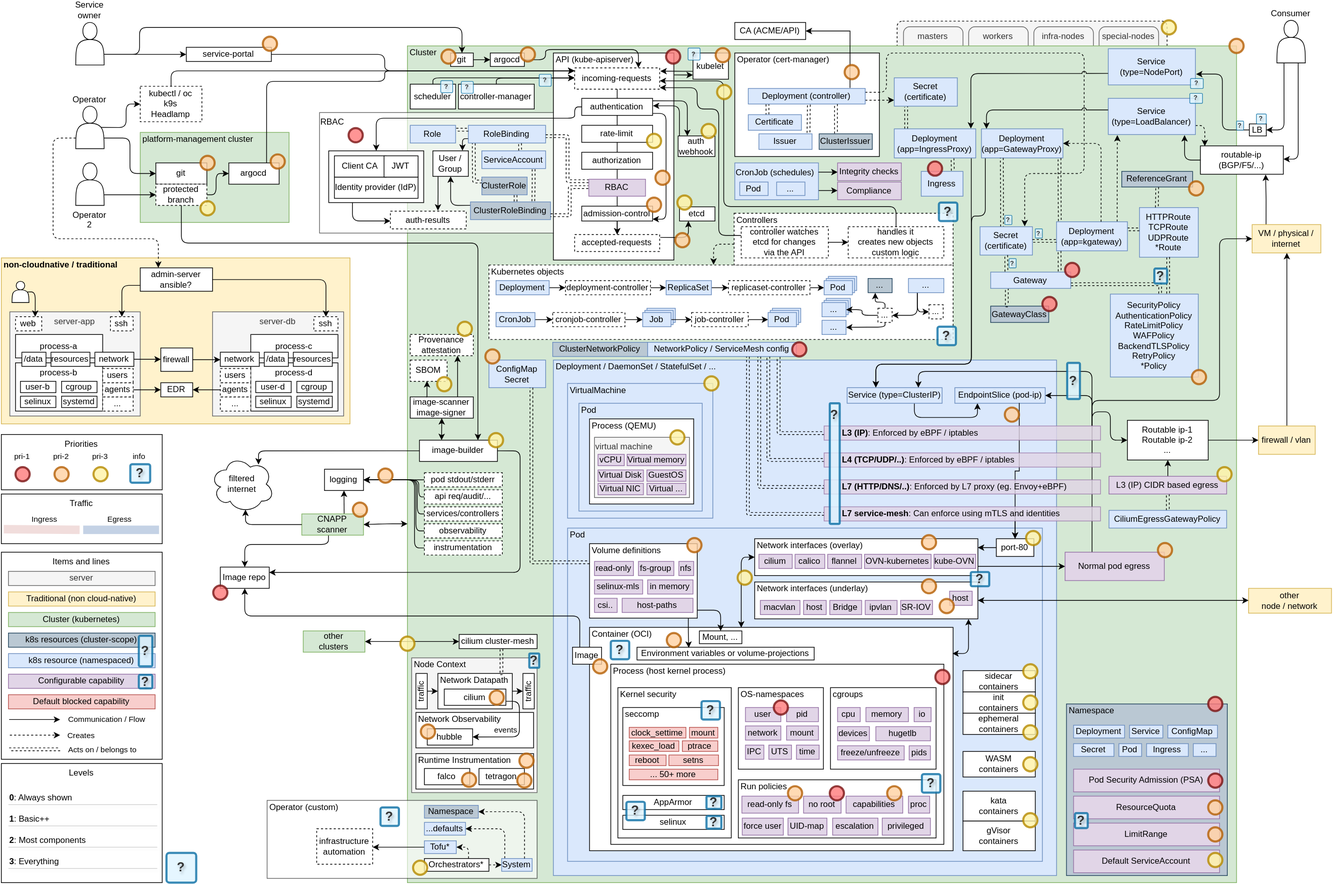
kubesec-diagram/kubesec-diagram.github.io keeps this draw.io diagram as kubesec-diagram.drawio.svg. Above is the earlier version. Source tidied: cells renumbered, new cells last; positions are measured from the earlier drawing's top-left corner, leaving out a move shared by most shapes.
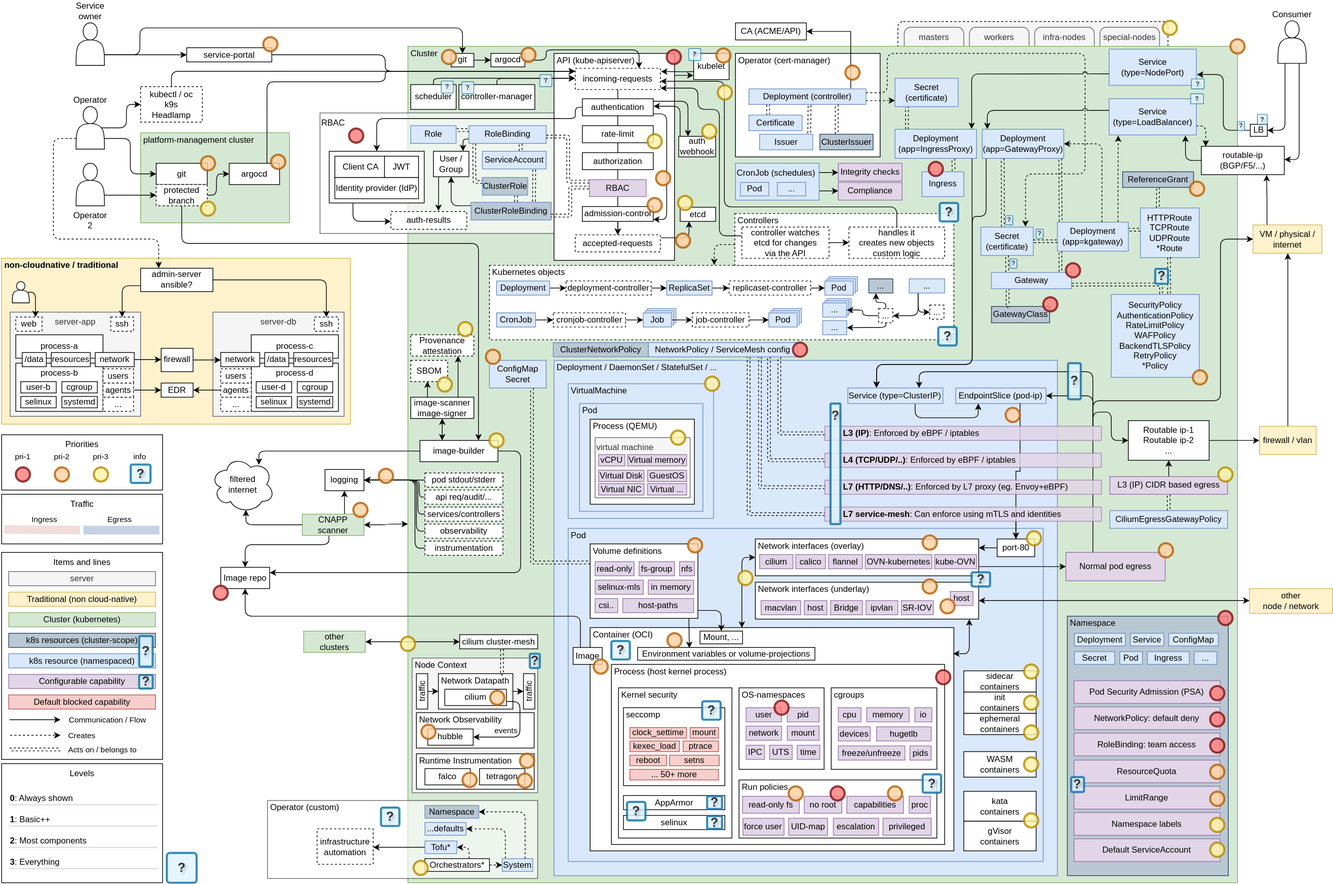
The same diagram one commit later.

The edit, as a diff of the source:
```diff
@@ -539,22 +539,22 @@
       <mxGeometry relative="1" as="geometry" />
     </mxCell>
     <mxCell id="155" value="Namespace" style="rounded=0;whiteSpace=wrap;html=1;strokeWidth=1;fillColor=#BAC8D3;strokeColor=#23445d;align=left;verticalAlign=top;spacing=0;spacingLeft=4;spacingTop=-2;" parent="1" vertex="1">
-      <mxGeometry x="1503" y="964" width="227" height="242" as="geometry" />
+      <mxGeometry x="1503" y="840" width="227" height="366" as="geometry" />
     </mxCell>
     <mxCell id="156" value="Secret" style="rounded=0;whiteSpace=wrap;html=1;strokeWidth=1;fillColor=#dae8fc;strokeColor=#6c8ebf;" parent="1" vertex="1">
-      <mxGeometry x="1513" y="1020" width="57" height="18" as="geometry" />
+      <mxGeometry x="1513" y="890" width="57" height="18" as="geometry" />
     </mxCell>
     <mxCell id="157" value="ConfigMap" style="rounded=0;whiteSpace=wrap;html=1;strokeWidth=1;fillColor=#dae8fc;strokeColor=#6c8ebf;" parent="1" vertex="1">
-      <mxGeometry x="1646" y="994" width="70" height="18" as="geometry" />
+      <mxGeometry x="1646" y="864" width="70" height="18" as="geometry" />
     </mxCell>
     <mxCell id="158" value="Deployment" style="rounded=0;whiteSpace=wrap;html=1;strokeWidth=1;fillColor=#dae8fc;strokeColor=#6c8ebf;" parent="1" vertex="1">
-      <mxGeometry x="1513" y="994" width="72" height="18" as="geometry" />
+      <mxGeometry x="1513" y="864" width="72" height="18" as="geometry" />
     </mxCell>
     <mxCell id="159" value="Service" style="rounded=0;whiteSpace=wrap;html=1;strokeWidth=1;fillColor=#dae8fc;strokeColor=#6c8ebf;" parent="1" vertex="1">
-      <mxGeometry x="1592" y="994" width="47" height="18" as="geometry" />
+      <mxGeometry x="1592" y="864" width="47" height="18" as="geometry" />
     </mxCell>
     <mxCell id="160" value="..." style="rounded=0;whiteSpace=wrap;html=1;strokeWidth=1;fillColor=#dae8fc;strokeColor=#6c8ebf;" parent="1" vertex="1">
-      <mxGeometry x="1682" y="1020" width="32" height="18" as="geometry" />
+      <mxGeometry x="1682" y="890" width="32" height="18" as="geometry" />
     </mxCell>
     <mxCell id="161" value="ClusterNetworkPolicy" style="rounded=0;whiteSpace=wrap;html=1;strokeWidth=1;fillColor=#BAC8D3;strokeColor=#6c8ebf;" parent="1" vertex="1">
       <mxGeometry x="778" y="454" width="134" height="20" as="geometry" />
@@ -574,10 +574,10 @@
       </mxGeometry>
     </mxCell>
     <mxCell id="165" value="Pod" style="rounded=0;whiteSpace=wrap;html=1;strokeWidth=1;fillColor=#dae8fc;strokeColor=#6c8ebf;" parent="1" vertex="1">
-      <mxGeometry x="1577" y="1020" width="32" height="18" as="geometry" />
+      <mxGeometry x="1577" y="890" width="32" height="18" as="geometry" />
     </mxCell>
     <mxCell id="166" value="Ingress" style="rounded=0;whiteSpace=wrap;html=1;strokeWidth=1;fillColor=#dae8fc;strokeColor=#6c8ebf;" parent="1" vertex="1">
-      <mxGeometry x="1616" y="1020" width="59" height="18" as="geometry" />
+      <mxGeometry x="1616" y="890" width="59" height="18" as="geometry" />
     </mxCell>
     <mxCell id="167" style="edgeStyle=orthogonalEdgeStyle;rounded=1;jettySize=auto;html=1;exitX=0;exitY=0.5;exitDx=0;exitDy=0;entryX=0.418;entryY=0.001;entryDx=0;entryDy=0;entryPerimeter=0;curved=0;startArrow=classic;startFill=1;" parent="1" edge="1" source="169" target="18">
       <mxGeometry relative="1" as="geometry">
@@ -883,19 +883,19 @@
       <mxGeometry x="1416" y="275" width="10" height="13" as="geometry" />
     </mxCell>
     <mxCell id="245" value="Pod Security Admission (PSA)" style="rounded=0;whiteSpace=wrap;html=1;strokeWidth=1;verticalAlign=middle;fillColor=#e1d5e7;strokeColor=#9673a6;" parent="1" vertex="1">
-      <mxGeometry x="1513" y="1056" width="206" height="32" as="geometry" />
+      <mxGeometry x="1512.5" y="931" width="206" height="32" as="geometry" />
     </mxCell>
     <mxCell id="246" value="ResourceQuota" style="rounded=0;whiteSpace=wrap;html=1;strokeWidth=1;verticalAlign=middle;fillColor=#e1d5e7;strokeColor=#9673a6;" parent="1" vertex="1">
-      <mxGeometry x="1513" y="1094" width="206" height="32" as="geometry" />
+      <mxGeometry x="1512.5" y="1043" width="206" height="32" as="geometry" />
     </mxCell>
     <mxCell id="247" value="LimitRange" style="rounded=0;whiteSpace=wrap;html=1;strokeWidth=1;verticalAlign=middle;fillColor=#e1d5e7;strokeColor=#9673a6;" parent="1" vertex="1">
-      <mxGeometry x="1513" y="1132" width="206" height="32" as="geometry" />
+      <mxGeometry x="1512.5" y="1080" width="206" height="32" as="geometry" />
     </mxCell>
     <mxCell id="248" value="Default ServiceAccount" style="rounded=0;whiteSpace=wrap;html=1;strokeWidth=1;verticalAlign=middle;fillColor=#e1d5e7;strokeColor=#9673a6;" parent="1" vertex="1">
-      <mxGeometry x="1513" y="1170" width="206" height="32" as="geometry" />
+      <mxGeometry x="1512.5" y="1154" width="206" height="32" as="geometry" />
     </mxCell>
     <mxCell id="249" value="&lt;font style=&quot;font-size: 18px; color: rgb(51, 51, 51);&quot;&gt;&lt;b style=&quot;&quot;&gt;?&lt;/b&gt;&lt;/font&gt;" style="rounded=1;whiteSpace=wrap;arcSize=10;fillColor=#DFF4FF;strokeColor=#0B6FA4;strokeWidth=3;fontColor=#0A3D5A;rotation=0;opacity=80;shadow=0;glass=0;labelBorderColor=none;textShadow=1;html=1;" parent="1" vertex="1">
-      <mxGeometry x="1515" y="1118" width="18" height="21" as="geometry" />
+      <mxGeometry x="1508.5" y="1067" width="18" height="21" as="geometry" />
     </mxCell>
     <mxCell id="250" style="ellipse;whiteSpace=wrap;html=1;fillColor=#FF7A7A;strokeColor=#7A1414;rounded=1;strokeWidth=3;align=center;verticalAlign=middle;arcSize=10;fontFamily=Helvetica;fontSize=12;fontColor=#5B1010;rotation=0;opacity=80;" parent="1" vertex="1">
       <mxGeometry x="1318" y="916" width="20" height="20" as="geometry" />
@@ -913,7 +913,7 @@
       <mxGeometry x="490" y="152" width="20" height="20" as="geometry" />
     </mxCell>
     <mxCell id="255" style="ellipse;whiteSpace=wrap;html=1;fillColor=#FF7A7A;strokeColor=#7A1414;rounded=1;strokeWidth=3;align=center;verticalAlign=middle;arcSize=10;fontFamily=Helvetica;fontSize=12;fontColor=#5B1010;rotation=0;opacity=80;" parent="1" vertex="1">
-      <mxGeometry x="1703" y="954" width="20" height="20" as="geometry" />
+      <mxGeometry x="1716" y="832.5" width="20" height="20" as="geometry" />
     </mxCell>
     <mxCell id="256" style="ellipse;whiteSpace=wrap;html=1;fillColor=#FF7A7A;strokeColor=#7A1414;rounded=1;strokeWidth=3;align=center;verticalAlign=middle;arcSize=10;fontFamily=Helvetica;fontSize=12;fontColor=#5B1010;rotation=0;opacity=80;" parent="1" vertex="1">
       <mxGeometry x="299" y="797" width="20" height="20" as="geometry" />
@@ -924,9 +924,6 @@
     <mxCell id="258" style="ellipse;whiteSpace=wrap;html=1;fillColor=#FF7A7A;strokeColor=#7A1414;rounded=1;strokeWidth=3;align=center;verticalAlign=middle;arcSize=10;fontFamily=Helvetica;fontSize=12;fontColor=#5B1010;rotation=0;opacity=80;" parent="1" vertex="1">
       <mxGeometry x="1469" y="390" width="20" height="20" as="geometry" />
     </mxCell>
-    <mxCell id="259" style="ellipse;whiteSpace=wrap;html=1;fillColor=#FF7A7A;strokeColor=#7A1414;rounded=1;strokeWidth=3;align=center;verticalAlign=middle;arcSize=10;fontFamily=Helvetica;fontSize=12;fontColor=#5B1010;rotation=0;opacity=80;" parent="1" vertex="1">
-      <mxGeometry x="1703" y="1062" width="20" height="20" as="geometry" />
-    </mxCell>
     <mxCell id="260" style="ellipse;whiteSpace=wrap;html=1;fillColor=#FFD1A1;strokeColor=#B45F06;rounded=1;strokeWidth=3;align=center;verticalAlign=middle;arcSize=10;fontFamily=Helvetica;fontSize=12;fontColor=#6B2F00;rotation=0;opacity=80;" parent="1" vertex="1">
       <mxGeometry x="369" y="23" width="20" height="20" as="geometry" />
     </mxCell>
@@ -957,12 +954,6 @@
     <mxCell id="269" style="ellipse;whiteSpace=wrap;html=1;fillColor=#FFD1A1;strokeColor=#B45F06;rounded=1;strokeWidth=3;align=center;verticalAlign=middle;arcSize=10;fontFamily=Helvetica;fontSize=12;fontColor=#6B2F00;rotation=0;opacity=80;" parent="1" vertex="1">
       <mxGeometry x="1676" y="227" width="20" height="20" as="geometry" />
     </mxCell>
-    <mxCell id="270" style="ellipse;whiteSpace=wrap;html=1;fillColor=#FFD1A1;strokeColor=#B45F06;rounded=1;strokeWidth=3;align=center;verticalAlign=middle;arcSize=10;fontFamily=Helvetica;fontSize=12;fontColor=#6B2F00;rotation=0;opacity=80;" parent="1" vertex="1">
-      <mxGeometry x="1703" y="1100" width="20" height="20" as="geometry" />
-    </mxCell>
-    <mxCell id="271" style="ellipse;whiteSpace=wrap;html=1;fillColor=#FFD1A1;strokeColor=#B45F06;rounded=1;strokeWidth=3;align=center;verticalAlign=middle;arcSize=10;fontFamily=Helvetica;fontSize=12;fontColor=#6B2F00;rotation=0;opacity=80;" parent="1" vertex="1">
-      <mxGeometry x="1703" y="1138" width="20" height="20" as="geometry" />
-    </mxCell>
     <mxCell id="272" style="ellipse;whiteSpace=wrap;html=1;fillColor=#FFF2A6;strokeColor=#B68A00;rounded=1;strokeWidth=3;align=center;verticalAlign=middle;arcSize=10;fontFamily=Helvetica;fontSize=12;fontColor=#5C4300;rotation=0;opacity=80;" parent="1" vertex="1">
       <mxGeometry x="581" y="1185" width="20" height="20" as="geometry" />
     </mxCell>
@@ -996,9 +987,6 @@
     <mxCell id="282" style="ellipse;whiteSpace=wrap;html=1;fillColor=#FFF2A6;strokeColor=#B68A00;rounded=1;strokeWidth=3;align=center;verticalAlign=middle;arcSize=10;fontFamily=Helvetica;fontSize=12;fontColor=#5C4300;rotation=0;opacity=80;" parent="1" vertex="1">
       <mxGeometry x="954" y="247" width="20" height="20" as="geometry" />
     </mxCell>
-    <mxCell id="283" style="ellipse;whiteSpace=wrap;html=1;fillColor=#FFF2A6;strokeColor=#B68A00;rounded=1;strokeWidth=3;align=center;verticalAlign=middle;arcSize=10;fontFamily=Helvetica;fontSize=12;fontColor=#5C4300;rotation=0;opacity=80;" parent="1" vertex="1">
-      <mxGeometry x="1703" y="1174" width="20" height="20" as="geometry" />
-    </mxCell>
     <mxCell id="284" value="Levels" style="rounded=0;whiteSpace=wrap;html=1;strokeWidth=1;align=center;verticalAlign=top;" parent="1" vertex="1">
       <mxGeometry y="1048" width="227" height="168" as="geometry" />
     </mxCell>
@@ -1925,5 +1913,35 @@
     <mxCell id="545" value="&lt;font style=&quot;font-size: 18px; color: rgb(51, 51, 51);&quot;&gt;&lt;b style=&quot;&quot;&gt;?&lt;/b&gt;&lt;/font&gt;" style="rounded=1;whiteSpace=wrap;arcSize=10;fillColor=#DFF4FF;strokeColor=#0B6FA4;strokeWidth=3;fontColor=#0A3D5A;rotation=0;opacity=80;shadow=0;glass=0;labelBorderColor=none;textShadow=1;html=1;" parent="1" vertex="1">
       <mxGeometry x="1323" y="257" width="26" height="26" as="geometry" />
     </mxCell>
+    <mxCell id="546" value="NetworkPolicy: default deny" style="rounded=0;whiteSpace=wrap;html=1;strokeWidth=1;verticalAlign=middle;fillColor=#e1d5e7;strokeColor=#9673a6;" parent="1" vertex="1">
+      <mxGeometry x="1512.5" y="968" width="206" height="32" as="geometry" />
+    </mxCell>
+    <mxCell id="547" value="RoleBinding: team access" style="rounded=0;whiteSpace=wrap;html=1;strokeWidth=1;verticalAlign=middle;fillColor=#e1d5e7;strokeColor=#9673a6;" parent="1" vertex="1">
+      <mxGeometry x="1512.5" y="1005" width="206" height="32" as="geometry" />
+    </mxCell>
+    <mxCell id="548" value="Namespace labels" style="rounded=0;whiteSpace=wrap;html=1;strokeWidth=1;verticalAlign=middle;fillColor=#e1d5e7;strokeColor=#9673a6;" parent="1" vertex="1">
+      <mxGeometry x="1512.5" y="1117" width="206" height="32" as="geometry" />
+    </mxCell>
+    <mxCell id="259" style="ellipse;whiteSpace=wrap;html=1;fillColor=#FF7A7A;strokeColor=#7A1414;rounded=1;strokeWidth=3;align=center;verticalAlign=middle;arcSize=10;fontFamily=Helvetica;fontSize=12;fontColor=#5B1010;rotation=0;opacity=80;" parent="1" vertex="1">
+      <mxGeometry x="1704.5" y="938.5" width="20" height="20" as="geometry" />
+    </mxCell>
+    <mxCell id="270" style="ellipse;whiteSpace=wrap;html=1;fillColor=#FFD1A1;strokeColor=#B45F06;rounded=1;strokeWidth=3;align=center;verticalAlign=middle;arcSize=10;fontFamily=Helvetica;fontSize=12;fontColor=#6B2F00;rotation=0;opacity=80;" parent="1" vertex="1">
+      <mxGeometry x="1704.5" y="1049.5" width="20" height="20" as="geometry" />
+    </mxCell>
+    <mxCell id="271" style="ellipse;whiteSpace=wrap;html=1;fillColor=#FFD1A1;strokeColor=#B45F06;rounded=1;strokeWidth=3;align=center;verticalAlign=middle;arcSize=10;fontFamily=Helvetica;fontSize=12;fontColor=#6B2F00;rotation=0;opacity=80;" parent="1" vertex="1">
+      <mxGeometry x="1704.5" y="1087.5" width="20" height="20" as="geometry" />
+    </mxCell>
+    <mxCell id="283" style="ellipse;whiteSpace=wrap;html=1;fillColor=#FFF2A6;strokeColor=#B68A00;rounded=1;strokeWidth=3;align=center;verticalAlign=middle;arcSize=10;fontFamily=Helvetica;fontSize=12;fontColor=#5C4300;rotation=0;opacity=80;" parent="1" vertex="1">
+      <mxGeometry x="1704.5" y="1159.5" width="20" height="20" as="geometry" />
+    </mxCell>
+    <mxCell id="549" style="ellipse;whiteSpace=wrap;html=1;rounded=1;strokeWidth=3;align=center;verticalAlign=middle;arcSize=10;fontFamily=Helvetica;fontSize=12;rotation=0;opacity=80;fillColor=#FF7A7A;strokeColor=#7A1414;fontColor=#5B1010;" parent="1" vertex="1">
+      <mxGeometry x="1704.5" y="975.5" width="20" height="20" as="geometry" />
+    </mxCell>
+    <mxCell id="550" style="ellipse;whiteSpace=wrap;html=1;rounded=1;strokeWidth=3;align=center;verticalAlign=middle;arcSize=10;fontFamily=Helvetica;fontSize=12;rotation=0;opacity=80;fillColor=#FF7A7A;strokeColor=#7A1414;fontColor=#5B1010;" parent="1" vertex="1">
+      <mxGeometry x="1704.5" y="1012.5" width="20" height="20" as="geometry" />
+    </mxCell>
+    <mxCell id="551" style="ellipse;whiteSpace=wrap;html=1;rounded=1;strokeWidth=3;align=center;verticalAlign=middle;arcSize=10;fontFamily=Helvetica;fontSize=12;rotation=0;opacity=80;fillColor=#FFF2A6;strokeColor=#B68A00;fontColor=#5C4300;" parent="1" vertex="1">
+      <mxGeometry x="1704.5" y="1124.5" width="20" height="20" as="geometry" />
+    </mxCell>
   </root>
 </mxGraphModel>
```
